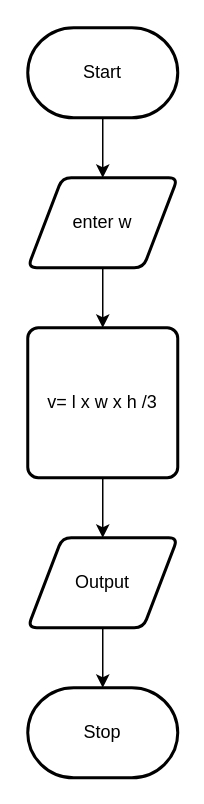
Before: design/flow-chart.drawio in brennan-lee/ICS20-3-02-Volume-of-a-Pyramid, a draw.io diagram. Source tidied: cells renumbered, new cells numbered last; positions are measured from the earlier drawing's top-left corner, leaving out a move shared by most shapes. Both pictures are drawn from the tidied source at 150%, with x=0, y=0 at pixel (27, 27).
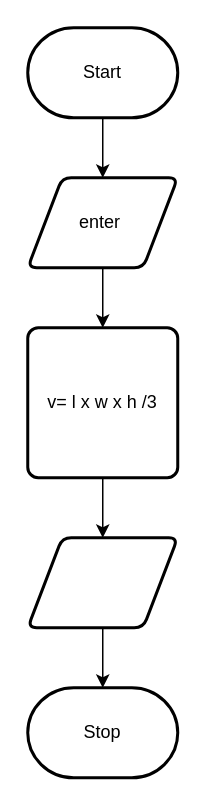
The same page after the edit.

Commit message (it also covers changes not shown here):
flow chart

Diff of the diagram source:
```diff
@@
 <mxGraphModel>
   <root>
     <mxCell id="0" />
     <mxCell id="1" parent="0" />
     <mxCell id="2" style="edgeStyle=none;html=1;" parent="1" edge="1" source="3" target="5">
       <mxGeometry relative="1" as="geometry" />
     </mxCell>
     <mxCell id="3" value="Start" style="strokeWidth=2;html=1;shape=mxgraph.flowchart.terminator;whiteSpace=wrap;" parent="1" vertex="1">
       <mxGeometry width="100" height="60" as="geometry" />
     </mxCell>
     <mxCell id="4" style="edgeStyle=none;html=1;" parent="1" edge="1" source="5" target="7">
       <mxGeometry relative="1" as="geometry" />
     </mxCell>
-    <mxCell id="5" value="enter w" style="shape=parallelogram;html=1;strokeWidth=2;perimeter=parallelogramPerimeter;whiteSpace=wrap;rounded=1;arcSize=12;size=0.23;" parent="1" vertex="1">
+    <mxCell id="5" value="enter&amp;nbsp;" style="shape=parallelogram;html=1;strokeWidth=2;perimeter=parallelogramPerimeter;whiteSpace=wrap;rounded=1;arcSize=12;size=0.23;" parent="1" vertex="1">
       <mxGeometry y="100" width="100" height="60" as="geometry" />
     </mxCell>
     <mxCell id="6" style="edgeStyle=none;html=1;" parent="1" edge="1" source="7" target="9">
       <mxGeometry relative="1" as="geometry" />
     </mxCell>
     <mxCell id="7" value="v= l x w x h /3" style="rounded=1;whiteSpace=wrap;html=1;absoluteArcSize=1;arcSize=14;strokeWidth=2;" parent="1" vertex="1">
       <mxGeometry y="200" width="100" height="100" as="geometry" />
     </mxCell>
     <mxCell id="8" style="edgeStyle=none;html=1;" parent="1" edge="1" source="9" target="10">
       <mxGeometry relative="1" as="geometry" />
     </mxCell>
-    <mxCell id="9" value="Output" style="shape=parallelogram;html=1;strokeWidth=2;perimeter=parallelogramPerimeter;whiteSpace=wrap;rounded=1;arcSize=12;size=0.23;" parent="1" vertex="1">
+    <mxCell id="9" style="shape=parallelogram;html=1;strokeWidth=2;perimeter=parallelogramPerimeter;whiteSpace=wrap;rounded=1;arcSize=12;size=0.23;" parent="1" vertex="1">
       <mxGeometry y="340" width="100" height="60" as="geometry" />
     </mxCell>
     <mxCell id="10" value="Stop" style="strokeWidth=2;html=1;shape=mxgraph.flowchart.terminator;whiteSpace=wrap;" parent="1" vertex="1">
       <mxGeometry y="440" width="100" height="60" as="geometry" />
     </mxCell>
   </root>
 </mxGraphModel>
```
